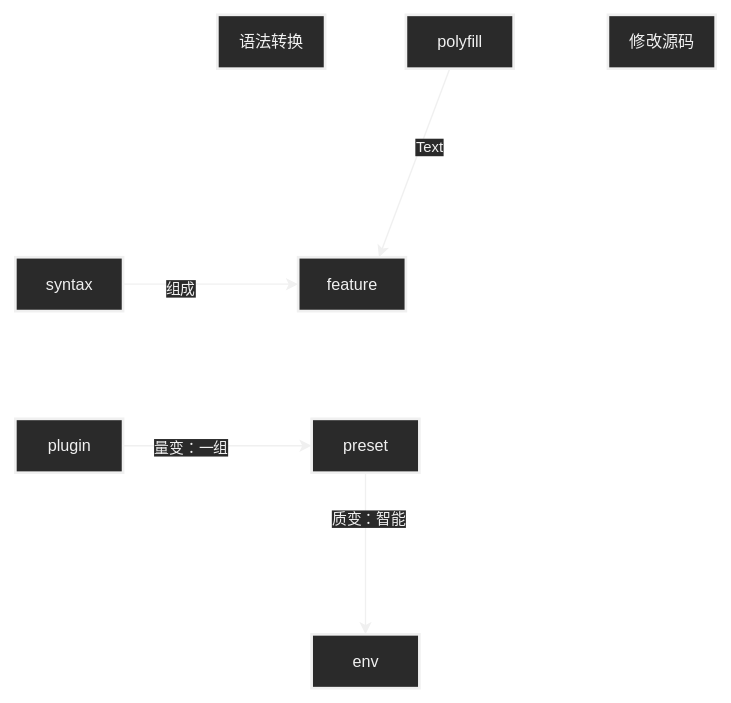
This is 笔记/前端/工程化/assets/babel基本概念.svg from Echo-Yanglulu/obsidianPrivateNote, a draw.io export, as it was before one commit. Source tidied: cells renumbered, new cells last; positions are measured from the earlier drawing's top-left corner, leaving out a move shared by most shapes.
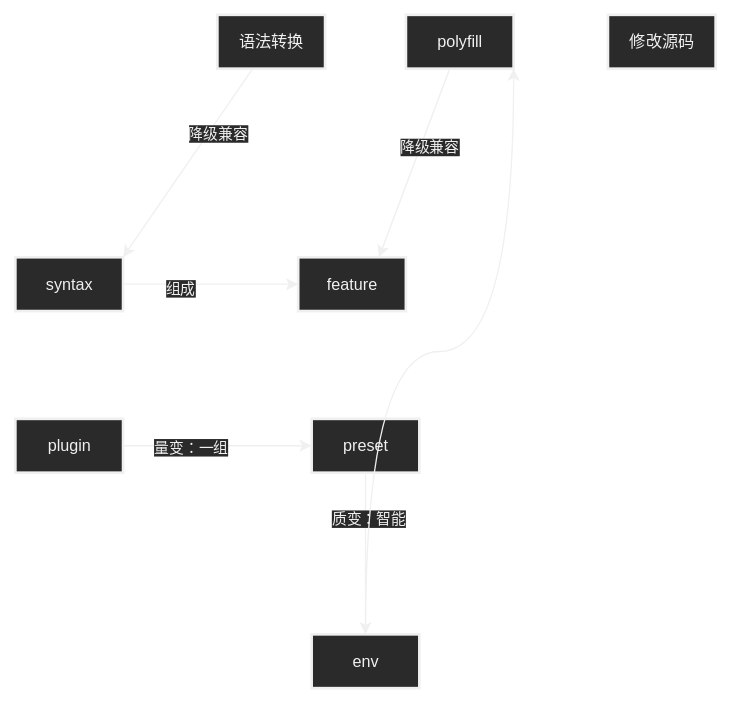
The same diagram one commit later.

Diff of the diagram source:
```diff
@@ -32,16 +32,25 @@
     <mxCell id="11" value="preset" style="strokeWidth=2;html=1;shape=mxgraph.flowchart.document2;whiteSpace=wrap;size=0.25;" parent="1" vertex="1">
       <mxGeometry x="220" y="300" width="80" height="40" as="geometry" />
     </mxCell>
+    <mxCell id="18" style="edgeStyle=orthogonalEdgeStyle;html=1;entryX=1;entryY=1;entryDx=0;entryDy=0;curved=1;" parent="1" edge="1" source="12" target="16">
+      <mxGeometry relative="1" as="geometry" />
+    </mxCell>
     <mxCell id="12" value="env" style="strokeWidth=2;html=1;shape=mxgraph.flowchart.document2;whiteSpace=wrap;size=0.25;" parent="1" vertex="1">
       <mxGeometry x="220" y="460" width="80" height="40" as="geometry" />
     </mxCell>
+    <mxCell id="19" style="edgeStyle=none;html=1;entryX=1;entryY=0;entryDx=0;entryDy=0;" parent="1" edge="1" source="13" target="4">
+      <mxGeometry relative="1" as="geometry" />
+    </mxCell>
+    <mxCell id="20" value="降级兼容" style="edgeLabel;html=1;align=center;verticalAlign=middle;" parent="19" vertex="1">
+      <mxGeometry x="-0.37" y="5" relative="1" as="geometry" />
+    </mxCell>
     <mxCell id="13" value="语法转换" style="strokeWidth=2;html=1;shape=mxgraph.flowchart.document2;whiteSpace=wrap;size=0.25;" parent="1" vertex="1">
       <mxGeometry x="150" width="80" height="40" as="geometry" />
     </mxCell>
     <mxCell id="14" style="edgeStyle=none;html=1;entryX=0.75;entryY=0;entryDx=0;entryDy=0;" parent="1" edge="1" source="16" target="5">
       <mxGeometry relative="1" as="geometry" />
     </mxCell>
-    <mxCell id="15" value="Text" style="edgeLabel;html=1;align=center;verticalAlign=middle;" parent="14" vertex="1">
+    <mxCell id="15" value="降级兼容" style="edgeLabel;html=1;align=center;verticalAlign=middle;" parent="14" vertex="1">
       <mxGeometry x="-0.2" y="5" relative="1" as="geometry" />
     </mxCell>
     <mxCell id="16" value="polyfill" style="strokeWidth=2;html=1;shape=mxgraph.flowchart.document2;whiteSpace=wrap;size=0.25;" parent="1" vertex="1">
```
